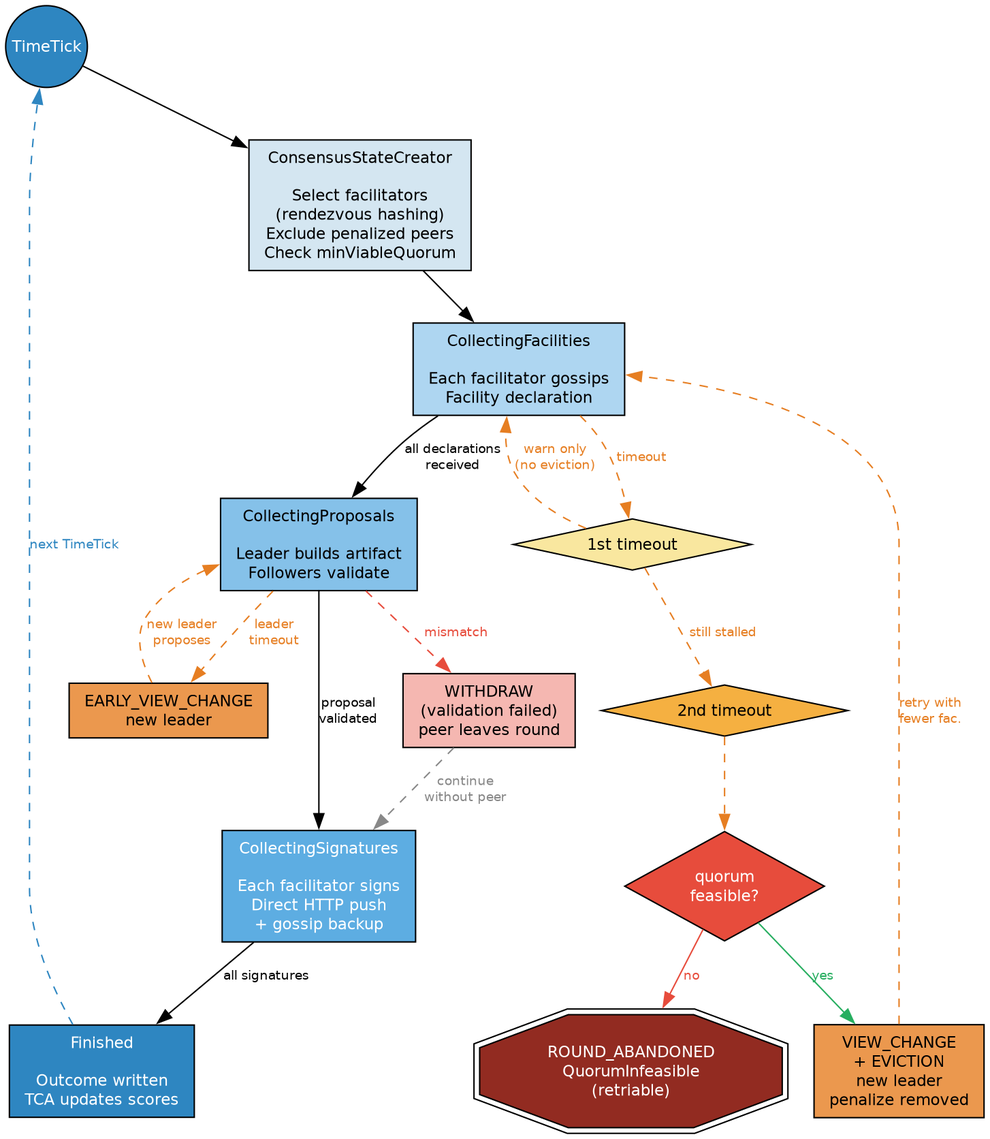
Earlier version of the Graphviz export docs/consensus/diagrams/consensus-round.png (Constellation-Labs/tessellation). Its source is kept beside it as docs/consensus/diagrams/consensus-round.dot.
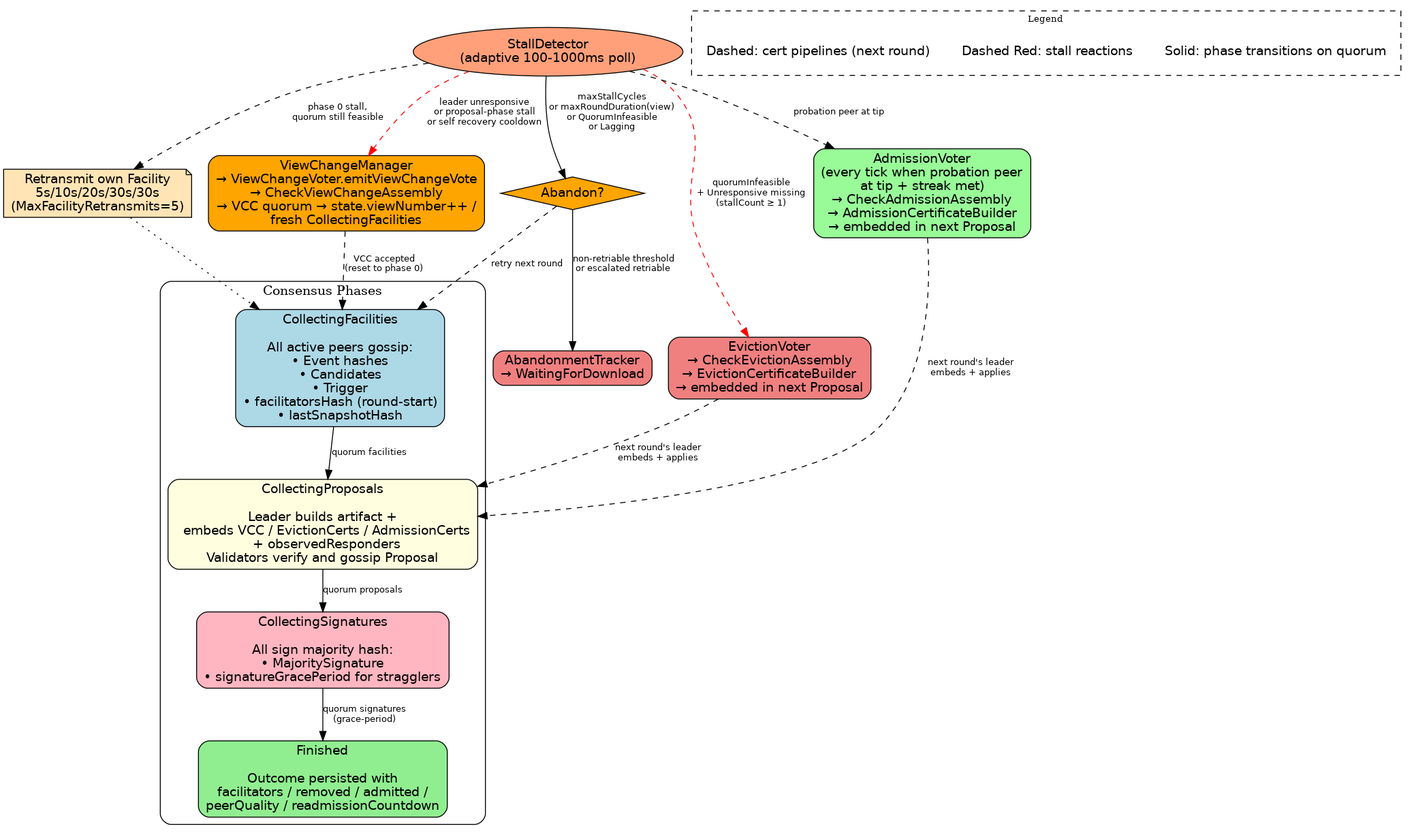
After the change.

What changed in the source:
```diff
@@ -8,27 +8,38 @@
         label="Consensus Phases";
         style=rounded;
 
-        CollectingFacilities [label="CollectingFacilities\n\nAll peers gossip:\n• Event hashes\n• Candidates\n• Trigger\n• FacilitatorsHash", style="rounded,filled", fillcolor="lightblue"];
-        CollectingProposals [label="CollectingProposals\n\nLeader creates artifact\nAll validate & gossip:\n• Proposal hash\n• FacilitatorsHash", style="rounded,filled", fillcolor="lightyellow"];
-        CollectingSignatures [label="CollectingSignatures\n\nAll sign majority hash:\n• MajoritySignature\n• FacilitatorsHash", style="rounded,filled", fillcolor="lightpink"];
-        Finished [label="Finished\n\nOutcome persisted\nTCA filter updated", style="rounded,filled", fillcolor="lightgreen"];
+        CollectingFacilities [label="CollectingFacilities\n\nAll active peers gossip:\n• Event hashes\n• Candidates\n• Trigger\n• facilitatorsHash (round-start)\n• lastSnapshotHash", style="rounded,filled", fillcolor="lightblue"];
+        CollectingProposals [label="CollectingProposals\n\nLeader builds artifact +\n  embeds VCC / EvictionCerts / AdmissionCerts\n  + observedResponders\nValidators verify and gossip Proposal", style="rounded,filled", fillcolor="lightyellow"];
+        CollectingSignatures [label="CollectingSignatures\n\nAll sign majority hash:\n• MajoritySignature\n• signatureGracePeriod for stragglers", style="rounded,filled", fillcolor="lightpink"];
+        Finished [label="Finished\n\nOutcome persisted with\nfacilitators / removed / admitted /\npeerQuality / readmissionCountdown", style="rounded,filled", fillcolor="lightgreen"];
     }
 
-    CollectingFacilities -> CollectingProposals [label="all declared"];
-    CollectingProposals -> CollectingSignatures [label="all declared"];
-    CollectingSignatures -> Finished [label="all signed"];
+    CollectingFacilities -> CollectingProposals [label="quorum facilities"];
+    CollectingProposals -> CollectingSignatures [label="quorum proposals"];
+    CollectingSignatures -> Finished [label="quorum signatures\n(grace-period)"];
 
-    StallDetector [shape=ellipse, label="StallDetector\n(100ms poll)", style=filled, fillcolor="lightsalmon"];
+    StallDetector [shape=ellipse, label="StallDetector\n(adaptive 100-1000ms poll)", style=filled, fillcolor="lightsalmon"];
 
-    StallDetector -> CollectingFacilities [label="timeout → evict", style=dashed, color="red"];
-    StallDetector -> CollectingProposals [label="leader stall →\nview change", style=dashed, color="red"];
-    StallDetector -> CollectingSignatures [label="timeout → evict", style=dashed, color="red"];
+    Retransmit [shape=note, label="Retransmit own Facility\n5s/10s/20s/30s/30s\n(MaxFacilityRetransmits=5)", style=filled, fillcolor="moccasin"];
+    StallDetector -> Retransmit [label="phase 0 stall,\nquorum still feasible", style=dashed];
+    Retransmit -> CollectingFacilities [style=dotted];
 
-    Abandon [shape=diamond, label="Abandon\nRound?", style=filled, fillcolor="orange"];
+    ViewChange [label="ViewChangeManager\n→ ViewChangeVoter.emitViewChangeVote\n→ CheckViewChangeAssembly\n→ VCC quorum → state.viewNumber++ /\nfresh CollectingFacilities", style="rounded,filled", fillcolor="orange"];
+    StallDetector -> ViewChange [label="leader unresponsive\nor proposal-phase stall\nor self recovery cooldown", style=dashed, color="red"];
+    ViewChange -> CollectingFacilities [label="VCC accepted\n(reset to phase 0)", style=dashed];
 
-    StallDetector -> Abandon [label="maxStalls\nor timeout"];
-    Abandon -> Recovery [label="yes"];
-    Abandon -> CollectingFacilities [label="no\n(retry)", style=dashed];
+    Eviction [label="EvictionVoter\n→ CheckEvictionAssembly\n→ EvictionCertificateBuilder\n→ embedded in next Proposal", style="rounded,filled", fillcolor="lightcoral"];
+    StallDetector -> Eviction [label="quorumInfeasible\n+ Unresponsive missing\n(stallCount ≥ 1)", style=dashed, color="red"];
+    Eviction -> CollectingProposals [label="next round's leader\nembeds + applies", style=dashed];
+
+    Admission [label="AdmissionVoter\n(every tick when probation peer\nat tip + streak met)\n→ CheckAdmissionAssembly\n→ AdmissionCertificateBuilder\n→ embedded in next Proposal", style="rounded,filled", fillcolor="palegreen"];
+    StallDetector -> Admission [label="probation peer at tip", style=dashed];
+    Admission -> CollectingProposals [label="next round's leader\nembeds + applies", style=dashed];
+
+    Abandon [shape=diamond, label="Abandon?", style=filled, fillcolor="orange"];
+    StallDetector -> Abandon [label="maxStallCycles\nor maxRoundDuration(view)\nor QuorumInfeasible\nor Lagging"];
+    Abandon -> Recovery [label="non-retriable threshold\nor escalated retriable"];
+    Abandon -> CollectingFacilities [label="retry next round", style=dashed];
 
     Recovery [shape=box, label="AbandonmentTracker\n→ WaitingForDownload", style="rounded,filled", fillcolor="lightcoral"];
 
@@ -37,8 +48,8 @@
         style=dashed;
         fontsize=10;
 
-        l1 [shape=plaintext, label="Solid: Normal transitions"];
-        l2 [shape=plaintext, label="Dashed Red: Stall handling"];
-        l3 [shape=plaintext, label="Orange: Abandon decision"];
+        l1 [shape=plaintext, label="Solid: phase transitions on quorum"];
+        l2 [shape=plaintext, label="Dashed Red: stall reactions"];
+        l3 [shape=plaintext, label="Dashed: cert pipelines (next round)"];
     }
 }
```
